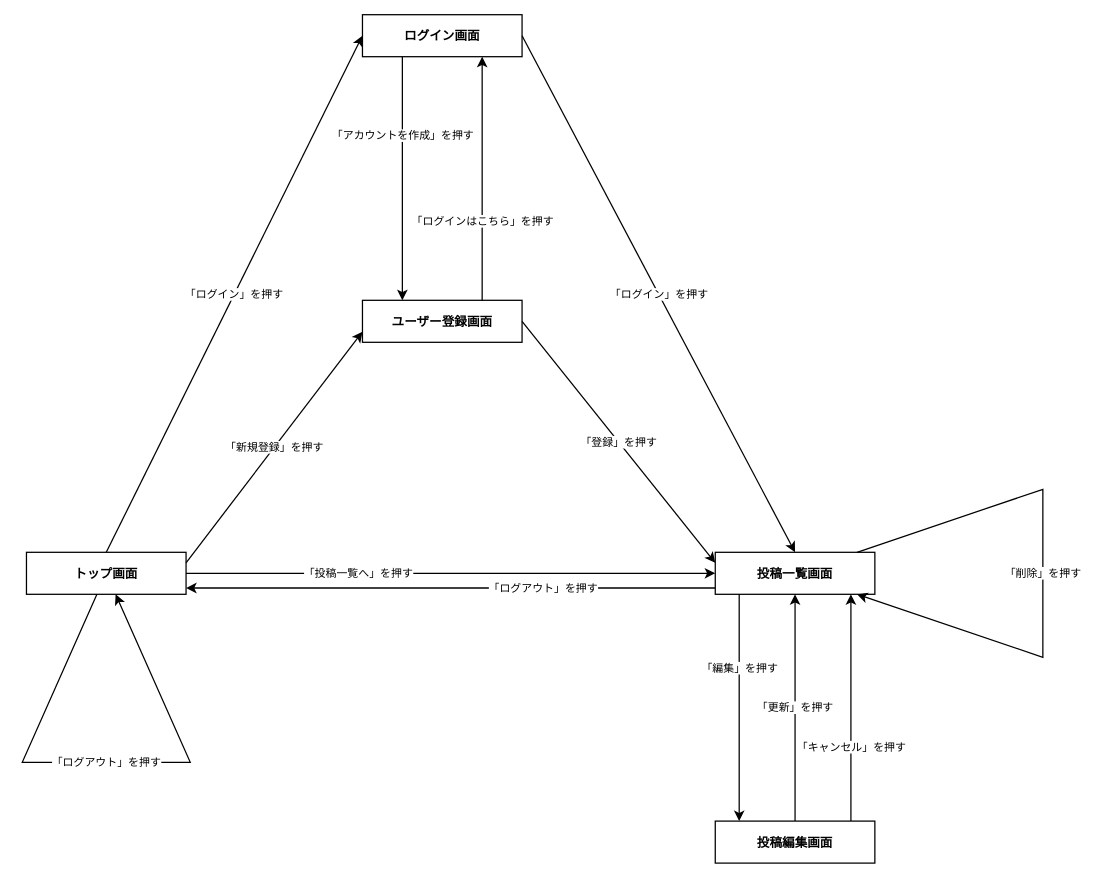
Before: image/diagram-src/13-3-2_2.drawio in coachtech-material/pj-ct-newtext, a draw.io diagram. Source tidied: cells renumbered, new cells numbered last; positions are measured from the earlier drawing's top-left corner, leaving out a move shared by most shapes. Both pictures are drawn from the tidied source at 84%, with x=0, y=0 at pixel (26, 14).
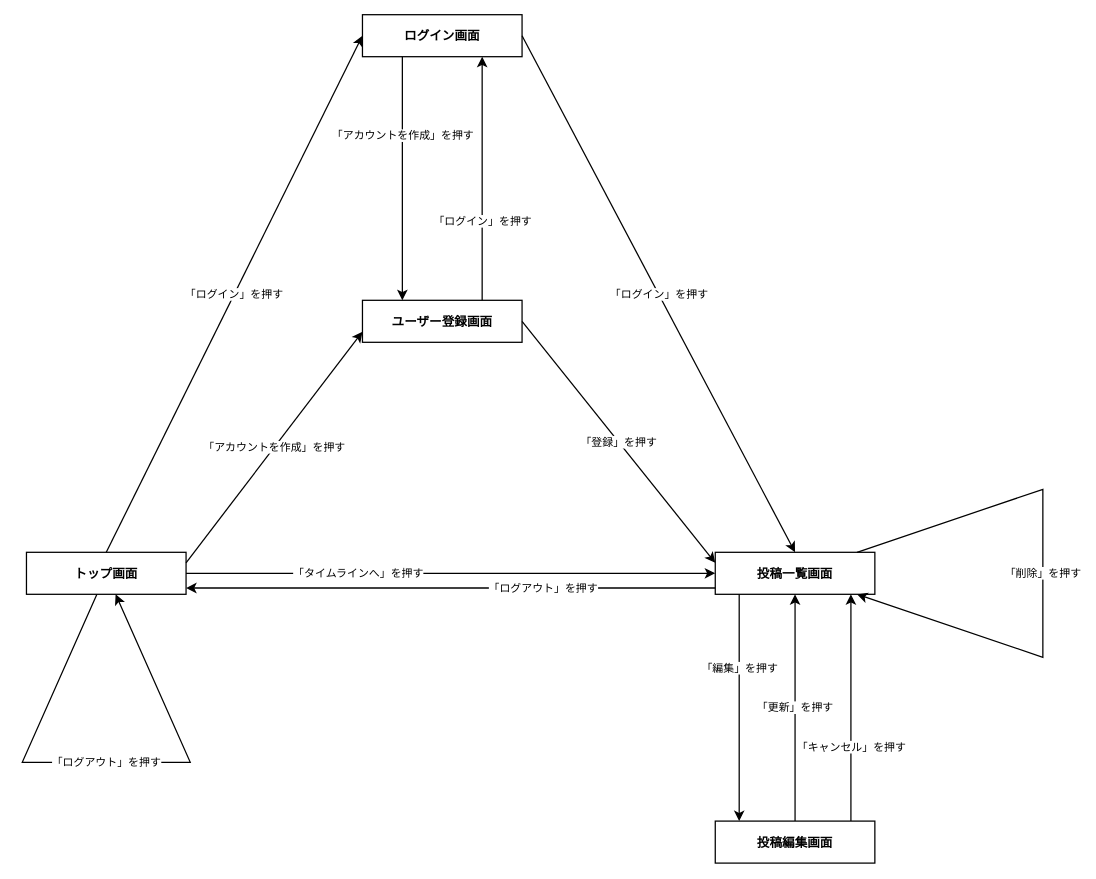
The same diagram, later.

Change to the diagram source:
```diff
@@
 <mxGraphModel>
   <root>
     <mxCell id="0" />
     <mxCell id="1" parent="0" />
     <mxCell id="2" value="トップ画面" style="rounded=0;whiteSpace=wrap;html=1;fontSize=15;fontStyle=1;strokeWidth=1.5;" parent="1" vertex="1">
       <mxGeometry y="640" width="190" height="50" as="geometry" />
     </mxCell>
     <mxCell id="3" value="ログイン画面" style="rounded=0;whiteSpace=wrap;html=1;fontSize=15;fontStyle=1;strokeWidth=1.5;" parent="1" vertex="1">
       <mxGeometry x="400" width="190" height="50" as="geometry" />
     </mxCell>
     <mxCell id="4" value="ユーザー登録画面" style="rounded=0;whiteSpace=wrap;html=1;fontSize=15;fontStyle=1;strokeWidth=1.5;" parent="1" vertex="1">
       <mxGeometry x="400" y="340" width="190" height="50" as="geometry" />
     </mxCell>
     <mxCell id="5" value="投稿一覧画面" style="rounded=0;whiteSpace=wrap;html=1;fontSize=15;fontStyle=1;strokeWidth=1.5;" parent="1" vertex="1">
       <mxGeometry x="820" y="640" width="190" height="50" as="geometry" />
     </mxCell>
     <mxCell id="6" value="投稿編集画面" style="rounded=0;whiteSpace=wrap;html=1;fontSize=15;fontStyle=1;strokeWidth=1.5;" parent="1" vertex="1">
       <mxGeometry x="820" y="960" width="190" height="50" as="geometry" />
     </mxCell>
     <mxCell id="7" value="「ログイン」を押す" style="html=1;rounded=0;strokeWidth=1.5;fontSize=13;verticalAlign=middle;labelBackgroundColor=#FFFFFF;endArrow=classic;endFill=1;endSize=8;exitX=0.5;exitY=0;exitDx=0;exitDy=0;entryX=0;entryY=0.5;entryDx=0;entryDy=0;" parent="1" edge="1" source="2" target="3">
       <mxGeometry relative="1" as="geometry" />
     </mxCell>
-    <mxCell id="8" value="「新規登録」を押す" style="html=1;rounded=0;strokeWidth=1.5;fontSize=13;verticalAlign=middle;labelBackgroundColor=#FFFFFF;endArrow=classic;endFill=1;endSize=8;exitX=1;exitY=0.25;exitDx=0;exitDy=0;entryX=0;entryY=0.75;entryDx=0;entryDy=0;" parent="1" edge="1" source="2" target="4">
+    <mxCell id="8" value="「アカウントを作成」を押す" style="html=1;rounded=0;strokeWidth=1.5;fontSize=13;verticalAlign=middle;labelBackgroundColor=#FFFFFF;endArrow=classic;endFill=1;endSize=8;exitX=1;exitY=0.25;exitDx=0;exitDy=0;entryX=0;entryY=0.75;entryDx=0;entryDy=0;" parent="1" edge="1" source="2" target="4">
       <mxGeometry relative="1" as="geometry" />
     </mxCell>
     <mxCell id="9" value="「アカウントを作成」を押す" style="html=1;rounded=0;strokeWidth=1.5;fontSize=13;verticalAlign=middle;labelBackgroundColor=#FFFFFF;endArrow=classic;endFill=1;endSize=8;exitX=0.25;exitY=1;exitDx=0;exitDy=0;entryX=0.25;entryY=0;entryDx=0;entryDy=0;" parent="1" edge="1" source="3" target="4">
       <mxGeometry x="-0.35" relative="1" as="geometry" />
     </mxCell>
-    <mxCell id="10" value="「ログインはこちら」を押す" style="html=1;rounded=0;strokeWidth=1.5;fontSize=13;verticalAlign=middle;labelBackgroundColor=#FFFFFF;endArrow=classic;endFill=1;endSize=8;exitX=0.75;exitY=0;exitDx=0;exitDy=0;entryX=0.75;entryY=1;entryDx=0;entryDy=0;" parent="1" edge="1" source="4" target="3">
+    <mxCell id="10" value="「ログイン」を押す" style="html=1;rounded=0;strokeWidth=1.5;fontSize=13;verticalAlign=middle;labelBackgroundColor=#FFFFFF;endArrow=classic;endFill=1;endSize=8;exitX=0.75;exitY=0;exitDx=0;exitDy=0;entryX=0.75;entryY=1;entryDx=0;entryDy=0;" parent="1" edge="1" source="4" target="3">
       <mxGeometry x="-0.35" relative="1" as="geometry" />
     </mxCell>
     <mxCell id="11" value="「ログイン」を押す" style="html=1;rounded=0;strokeWidth=1.5;fontSize=13;verticalAlign=middle;labelBackgroundColor=#FFFFFF;endArrow=classic;endFill=1;endSize=8;exitX=1;exitY=0.5;exitDx=0;exitDy=0;entryX=0.5;entryY=0;entryDx=0;entryDy=0;" parent="1" edge="1" source="3" target="5">
       <mxGeometry relative="1" as="geometry" />
     </mxCell>
     <mxCell id="12" value="「登録」を押す" style="html=1;rounded=0;strokeWidth=1.5;fontSize=13;verticalAlign=middle;labelBackgroundColor=#FFFFFF;endArrow=classic;endFill=1;endSize=8;exitX=1;exitY=0.5;exitDx=0;exitDy=0;entryX=0;entryY=0.25;entryDx=0;entryDy=0;" parent="1" edge="1" source="4" target="5">
       <mxGeometry relative="1" as="geometry" />
     </mxCell>
-    <mxCell id="13" value="「投稿一覧へ」を押す" style="html=1;rounded=0;strokeWidth=1.5;fontSize=13;verticalAlign=middle;labelBackgroundColor=#FFFFFF;endArrow=classic;endFill=1;endSize=8;exitX=1;exitY=0.5;exitDx=0;exitDy=0;entryX=0;entryY=0.5;entryDx=0;entryDy=0;" parent="1" edge="1" source="2" target="5">
+    <mxCell id="13" value="「タイムラインへ」を押す" style="html=1;rounded=0;strokeWidth=1.5;fontSize=13;verticalAlign=middle;labelBackgroundColor=#FFFFFF;endArrow=classic;endFill=1;endSize=8;exitX=1;exitY=0.5;exitDx=0;exitDy=0;entryX=0;entryY=0.5;entryDx=0;entryDy=0;" parent="1" edge="1" source="2" target="5">
       <mxGeometry x="-0.35" relative="1" as="geometry" />
     </mxCell>
     <mxCell id="14" value="「ログアウト」を押す" style="html=1;rounded=0;strokeWidth=1.5;fontSize=13;verticalAlign=middle;labelBackgroundColor=#FFFFFF;endArrow=classic;endFill=1;endSize=8;exitX=0;exitY=0.85;exitDx=0;exitDy=0;entryX=1;entryY=0.85;entryDx=0;entryDy=0;" parent="1" edge="1" source="5" target="2">
       <mxGeometry x="-0.35" relative="1" as="geometry" />
     </mxCell>
     <mxCell id="15" value="「ログアウト」を押す" style="html=1;rounded=0;strokeWidth=1.5;fontSize=13;verticalAlign=middle;labelBackgroundColor=#FFFFFF;endArrow=classic;endFill=1;endSize=8;segment=100;direction=south;" parent="1" edge="1" source="2" target="2">
       <mxGeometry relative="1" as="geometry" />
     </mxCell>
     <mxCell id="16" value="「編集」を押す" style="html=1;rounded=0;strokeWidth=1.5;fontSize=13;verticalAlign=middle;labelBackgroundColor=#FFFFFF;endArrow=classic;endFill=1;endSize=8;exitX=0.15;exitY=1;exitDx=0;exitDy=0;entryX=0.15;entryY=0;entryDx=0;entryDy=0;" parent="1" edge="1" source="5" target="6">
       <mxGeometry x="-0.35" relative="1" as="geometry" />
     </mxCell>
     <mxCell id="17" value="「更新」を押す" style="html=1;rounded=0;strokeWidth=1.5;fontSize=13;verticalAlign=middle;labelBackgroundColor=#FFFFFF;endArrow=classic;endFill=1;endSize=8;exitX=0.5;exitY=0;exitDx=0;exitDy=0;entryX=0.5;entryY=1;entryDx=0;entryDy=0;" parent="1" edge="1" source="6" target="5">
       <mxGeometry relative="1" as="geometry" />
     </mxCell>
     <mxCell id="18" value="「キャンセル」を押す" style="html=1;rounded=0;strokeWidth=1.5;fontSize=13;verticalAlign=middle;labelBackgroundColor=#FFFFFF;endArrow=classic;endFill=1;endSize=8;exitX=0.85;exitY=0;exitDx=0;exitDy=0;entryX=0.85;entryY=1;entryDx=0;entryDy=0;" parent="1" edge="1" source="6" target="5">
       <mxGeometry x="-0.35" relative="1" as="geometry" />
     </mxCell>
     <mxCell id="19" value="「削除」を押す" style="html=1;rounded=0;strokeWidth=1.5;fontSize=13;verticalAlign=middle;labelBackgroundColor=#FFFFFF;endArrow=classic;endFill=1;endSize=8;segment=100;direction=west;" parent="1" edge="1" source="5" target="5">
       <mxGeometry relative="1" as="geometry" />
     </mxCell>
   </root>
 </mxGraphModel>
```
